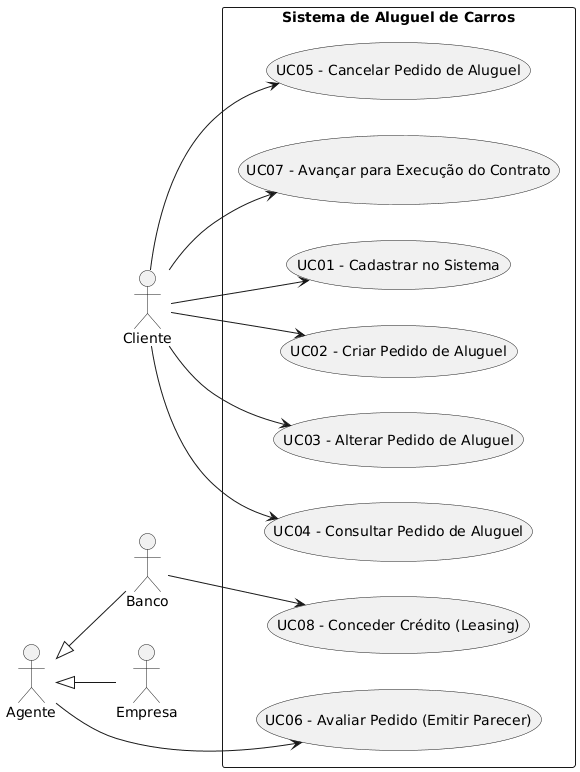
Earlier version of the PlantUML export docs/diagramas/casos-de-uso.png (najarhenrique/lab02-sistema-de-aluguel-de-carros). Source of this version:
```plantuml
@startuml
left to right direction

actor "Cliente" as cliente
actor "Agente" as agente
actor "Banco" as banco
actor "Empresa" as empresa

agente <|-- banco
agente <|-- empresa

rectangle "Sistema de Aluguel de Carros" {
  usecase "UC01 - Cadastrar no Sistema" as UC1
  usecase "UC02 - Criar Pedido de Aluguel" as UC2
  usecase "UC03 - Alterar Pedido de Aluguel" as UC3
  usecase "UC04 - Consultar Pedido de Aluguel" as UC4
  usecase "UC05 - Cancelar Pedido de Aluguel" as UC5
  usecase "UC06 - Avaliar Pedido (Emitir Parecer)" as UC6
  usecase "UC07 - Avançar para Execução do Contrato" as UC7
  usecase "UC08 - Conceder Crédito (Leasing)" as UC8
}

cliente --> UC1
cliente --> UC2
cliente --> UC3
cliente --> UC4
cliente --> UC5
cliente --> UC7

agente --> UC6
banco --> UC8
@enduml
```
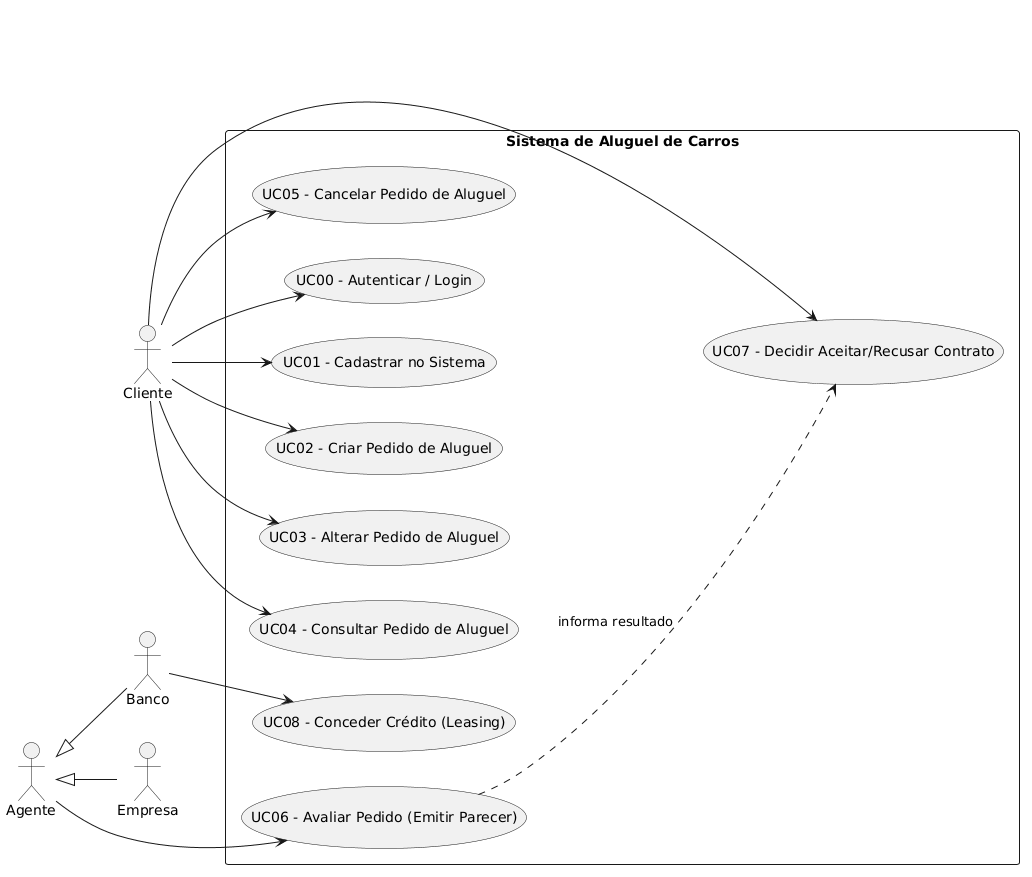
After the change.

Commit message:
docs: atualizar diagrama de casos de uso com autenticacao e decisao do cliente

The edit, as a diff of the source:
```diff
@@ -10,17 +10,19 @@
 agente <|-- empresa
 
 rectangle "Sistema de Aluguel de Carros" {
+  usecase "UC00 - Autenticar / Login" as UC0
   usecase "UC01 - Cadastrar no Sistema" as UC1
   usecase "UC02 - Criar Pedido de Aluguel" as UC2
   usecase "UC03 - Alterar Pedido de Aluguel" as UC3
   usecase "UC04 - Consultar Pedido de Aluguel" as UC4
   usecase "UC05 - Cancelar Pedido de Aluguel" as UC5
   usecase "UC06 - Avaliar Pedido (Emitir Parecer)" as UC6
-  usecase "UC07 - Avançar para Execução do Contrato" as UC7
+  usecase "UC07 - Decidir Aceitar/Recusar Contrato" as UC7
   usecase "UC08 - Conceder Crédito (Leasing)" as UC8
 }
 
 cliente --> UC1
+cliente --> UC0
 cliente --> UC2
 cliente --> UC3
 cliente --> UC4
@@ -29,4 +31,5 @@
 
 agente --> UC6
 banco --> UC8
+UC6 ..> UC7 : informa resultado
 @enduml
```
